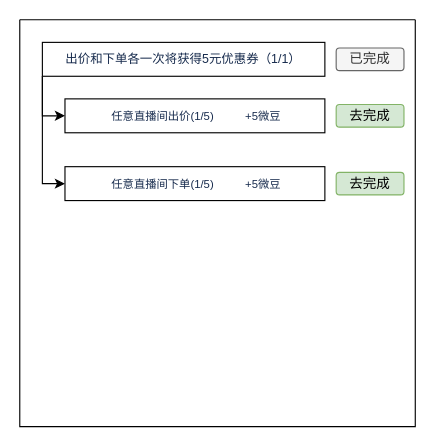
This is task1.drawio from LuiBu/my-pictures, a draw.io file, before an edit. Source tidied: cells renumbered, new cells numbered last; positions are measured from the earlier drawing's top-left corner, leaving out a move shared by most shapes. Both pictures are drawn from the tidied source at 113%, with x=0, y=0 at pixel (19, 19).
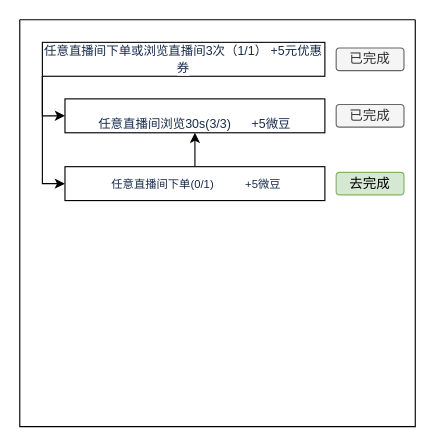
The same page after the edit.

What changed in the source:
```diff
@@
 <mxGraphModel>
   <root>
     <mxCell id="0" />
     <mxCell id="1" parent="0" />
     <mxCell id="2" style="swimlane;startSize=0;swimlaneFillColor=none;" parent="1" vertex="1">
       <mxGeometry width="350" height="360" as="geometry" />
     </mxCell>
     <mxCell id="3" style="edgeStyle=orthogonalEdgeStyle;rounded=0;jettySize=auto;html=1;exitX=0;exitY=1;exitDx=0;exitDy=0;entryX=0;entryY=0.5;entryDx=0;entryDy=0;strokeColor=#000000;" parent="2" edge="1" source="5" target="6">
       <mxGeometry relative="1" as="geometry" />
     </mxCell>
     <mxCell id="4" style="edgeStyle=orthogonalEdgeStyle;rounded=0;jettySize=auto;html=1;exitX=0;exitY=1;exitDx=0;exitDy=0;entryX=0;entryY=0.5;entryDx=0;entryDy=0;strokeColor=#000000;" parent="2" edge="1" source="5" target="7">
       <mxGeometry relative="1" as="geometry" />
     </mxCell>
-    <mxCell id="5" value="&lt;span style=&quot;color: rgb(23 , 43 , 77) ; text-align: left ; background-color: rgb(255 , 255 , 255)&quot;&gt;&lt;font style=&quot;font-size: 11px&quot;&gt;出价和下单各一次将获得5元优惠券（1/1）&lt;/font&gt;&lt;/span&gt;" style="rounded=0;whiteSpace=wrap;html=1;" parent="2" vertex="1">
+    <mxCell id="5" value="&lt;span style=&quot;color: rgb(23 , 43 , 77) ; font-family: , , &amp;#34;segoe ui&amp;#34; , &amp;#34;roboto&amp;#34; , &amp;#34;oxygen&amp;#34; , &amp;#34;ubuntu&amp;#34; , &amp;#34;fira sans&amp;#34; , &amp;#34;droid sans&amp;#34; , &amp;#34;helvetica neue&amp;#34; , sans-serif ; text-align: left ; background-color: rgb(255 , 255 , 255)&quot;&gt;&lt;font style=&quot;font-size: 11px&quot;&gt;任意直播间下单或浏览直播间3次（1/1） +5元优惠券&lt;/font&gt;&lt;/span&gt;" style="rounded=0;whiteSpace=wrap;html=1;" parent="2" vertex="1">
       <mxGeometry x="20" y="20" width="250" height="30" as="geometry" />
     </mxCell>
-    <mxCell id="6" value="&lt;div style=&quot;text-align: left&quot;&gt;&lt;font color=&quot;#172b4d&quot; size=&quot;1&quot;&gt;&lt;span style=&quot;background-color: rgb(255 , 255 , 255)&quot;&gt;&amp;nbsp;任意直播间出价(1/5)&amp;nbsp; &amp;nbsp; &amp;nbsp; &amp;nbsp; &amp;nbsp; +5微豆&lt;/span&gt;&lt;/font&gt;&lt;/div&gt;" style="rounded=0;whiteSpace=wrap;html=1;" parent="2" vertex="1">
+    <mxCell id="6" value="&lt;div style=&quot;text-align: left ; font-size: 11px&quot;&gt;&lt;font color=&quot;#172b4d&quot; style=&quot;font-size: 11px&quot;&gt;&lt;span style=&quot;background-color: rgb(255 , 255 , 255) ; font-size: 11px&quot;&gt;&amp;nbsp;&lt;/span&gt;&lt;/font&gt;&lt;/div&gt;&lt;span style=&quot;color: rgb(23 , 43 , 77) ; text-align: left ; background-color: rgb(255 , 255 , 255) ; font-size: 11px&quot;&gt;&lt;font style=&quot;font-size: 11px&quot;&gt;任意直播间浏览30s&lt;/font&gt;&lt;/span&gt;&lt;span style=&quot;background-color: rgb(255 , 255 , 255) ; font-size: 11px ; color: rgb(23 , 43 , 77) ; text-align: left&quot;&gt;(3/3)&amp;nbsp; &amp;nbsp; &amp;nbsp; +5微豆&lt;/span&gt;&lt;span style=&quot;color: rgb(23 , 43 , 77) ; text-align: left ; background-color: rgb(255 , 255 , 255) ; font-size: 11px&quot;&gt;&lt;font style=&quot;font-size: 11px&quot;&gt;&lt;br&gt;&lt;/font&gt;&lt;/span&gt;" style="rounded=0;whiteSpace=wrap;html=1;" parent="2" vertex="1">
       <mxGeometry x="40" y="70" width="230" height="30" as="geometry" />
     </mxCell>
+    <mxCell id="11" style="edgeStyle=orthogonalEdgeStyle;rounded=0;jettySize=auto;html=1;strokeColor=#000000;" parent="2" edge="1" source="7" target="6">
+      <mxGeometry relative="1" as="geometry" />
+    </mxCell>
-    <mxCell id="7" value="&lt;div style=&quot;text-align: left&quot;&gt;&lt;font color=&quot;#172b4d&quot; size=&quot;1&quot;&gt;&lt;span style=&quot;background-color: rgb(255 , 255 , 255)&quot;&gt;&amp;nbsp;任意直播间下单(1/5)&amp;nbsp; &amp;nbsp; &amp;nbsp; &amp;nbsp; &amp;nbsp; +5微豆&lt;/span&gt;&lt;/font&gt;&lt;/div&gt;" style="rounded=0;whiteSpace=wrap;html=1;" parent="2" vertex="1">
+    <mxCell id="7" value="&lt;div style=&quot;text-align: left&quot;&gt;&lt;font color=&quot;#172b4d&quot; size=&quot;1&quot;&gt;&lt;span style=&quot;background-color: rgb(255 , 255 , 255)&quot;&gt;&amp;nbsp;任意直播间下单(0/1)&amp;nbsp; &amp;nbsp; &amp;nbsp; &amp;nbsp; &amp;nbsp; +5微豆&lt;/span&gt;&lt;/font&gt;&lt;/div&gt;" style="rounded=0;whiteSpace=wrap;html=1;" parent="2" vertex="1">
       <mxGeometry x="40" y="130" width="230" height="30" as="geometry" />
     </mxCell>
     <mxCell id="8" value="已完成" style="rounded=1;whiteSpace=wrap;html=1;fillColor=#f5f5f5;strokeColor=#666666;fontColor=#333333;" parent="2" vertex="1">
       <mxGeometry x="280" y="25" width="60" height="20" as="geometry" />
     </mxCell>
-    <mxCell id="9" value="去完成" style="rounded=1;whiteSpace=wrap;html=1;fillColor=#d5e8d4;strokeColor=#82b366;" parent="2" vertex="1">
+    <mxCell id="9" value="已完成" style="rounded=1;whiteSpace=wrap;html=1;fillColor=#f5f5f5;strokeColor=#666666;fontColor=#333333;" parent="2" vertex="1">
       <mxGeometry x="280" y="75" width="60" height="20" as="geometry" />
     </mxCell>
     <mxCell id="10" value="去完成" style="rounded=1;whiteSpace=wrap;html=1;fillColor=#d5e8d4;strokeColor=#82b366;" parent="2" vertex="1">
       <mxGeometry x="280" y="135" width="60" height="20" as="geometry" />
     </mxCell>
   </root>
 </mxGraphModel>
```
